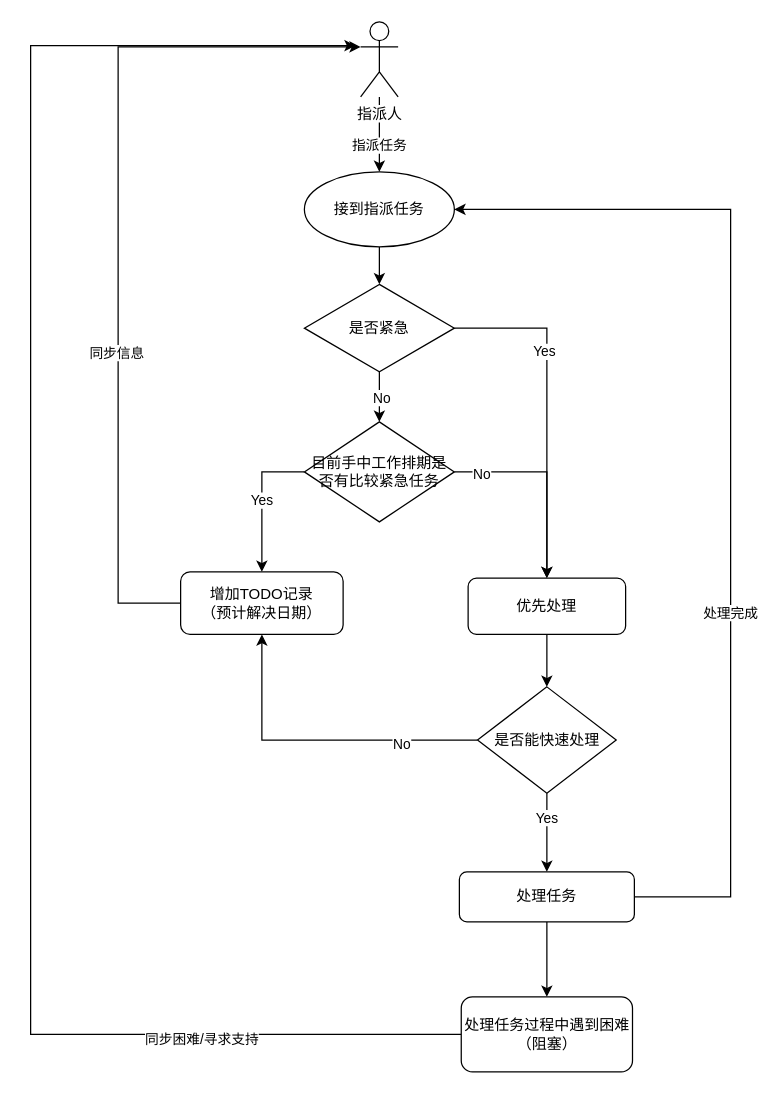
Above: page "任务指派类-1" (2 of 4) of 处理问题流程.drawio in cp0802/xueqqiu (draw.io), before the change. Source tidied: cells renumbered, new cells numbered last; positions are measured from the earlier drawing's top-left corner, leaving out a move shared by most shapes. Both pictures are drawn from the tidied source at 125%, with x=0, y=0 at pixel (30, 21).
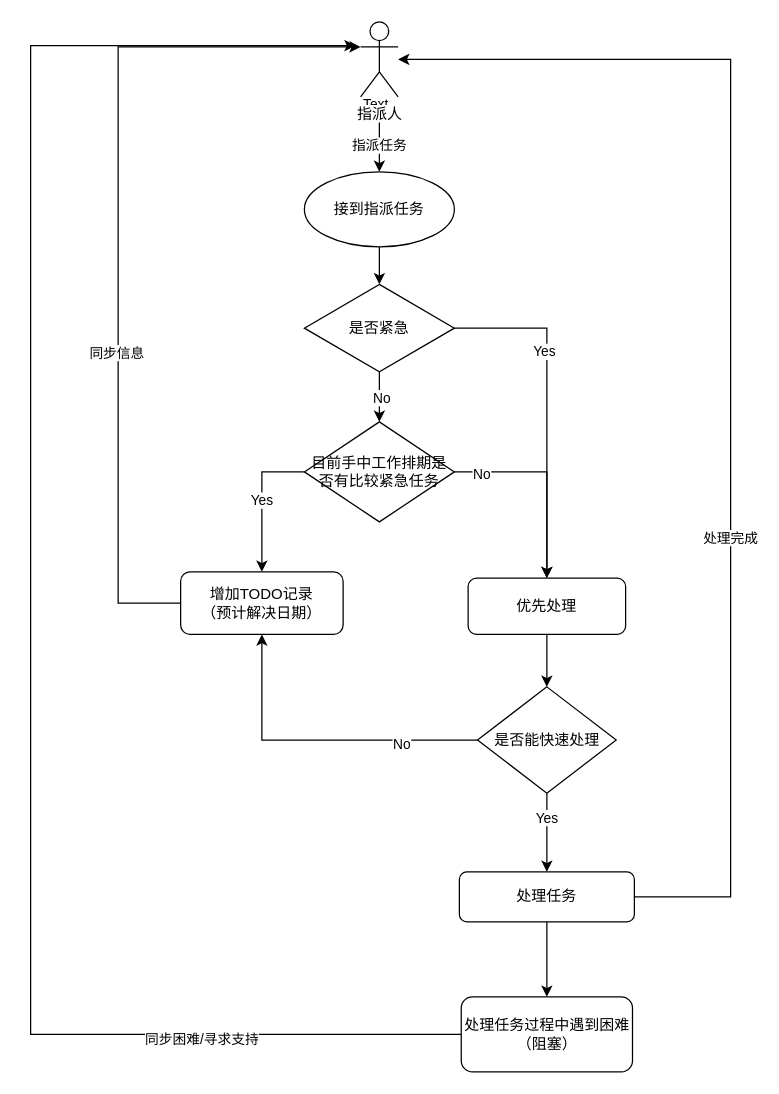
The same diagram, later.

Unchanged cells that the change refers to:
```xml
<mxCell id="3" value="接到指派任务" style="ellipse;whiteSpace=wrap;html=1;" parent="1" vertex="1">
  <mxGeometry x="219" y="120" width="120" height="60" as="geometry" />
</mxCell>
<mxCell id="18" style="edgeStyle=orthogonalEdgeStyle;rounded=0;jettySize=auto;html=1;" parent="1" edge="1" source="20" target="3">
  <mxGeometry relative="1" as="geometry" />
</mxCell>
<mxCell id="20" value="指派人" style="shape=umlActor;verticalLabelPosition=bottom;labelBackgroundColor=#ffffff;verticalAlign=top;html=1;outlineConnect=0;" parent="1" vertex="1">
  <mxGeometry x="264" width="30" height="60" as="geometry" />
</mxCell>
<mxCell id="29" value="处理任务" style="rounded=1;whiteSpace=wrap;html=1;" parent="1" vertex="1">
  <mxGeometry x="343" y="680" width="140" height="40" as="geometry" />
</mxCell>
```

The edit, as a diff of the source:
```diff
@@
+    <mxCell id="33" value="Text" style="edgeLabel;html=1;align=center;verticalAlign=middle;" parent="18" vertex="1">
+      <mxGeometry x="-0.84" y="-4" relative="1" as="geometry" />
+    </mxCell>
@@
-    <mxCell id="26" style="edgeStyle=orthogonalEdgeStyle;rounded=0;jettySize=auto;html=1;exitX=1;exitY=0.5;exitDx=0;exitDy=0;entryX=1;entryY=0.5;entryDx=0;entryDy=0;" parent="1" edge="1" source="29" target="3">
+    <mxCell id="26" style="edgeStyle=orthogonalEdgeStyle;rounded=0;jettySize=auto;html=1;exitX=1;exitY=0.5;exitDx=0;exitDy=0;" parent="1" edge="1" source="29" target="20">
       <mxGeometry relative="1" as="geometry">
         <Array as="points">
           <mxPoint x="560" y="700" />
-          <mxPoint x="560" y="150" />
+          <mxPoint x="560" y="30" />
         </Array>
       </mxGeometry>
     </mxCell>
```
